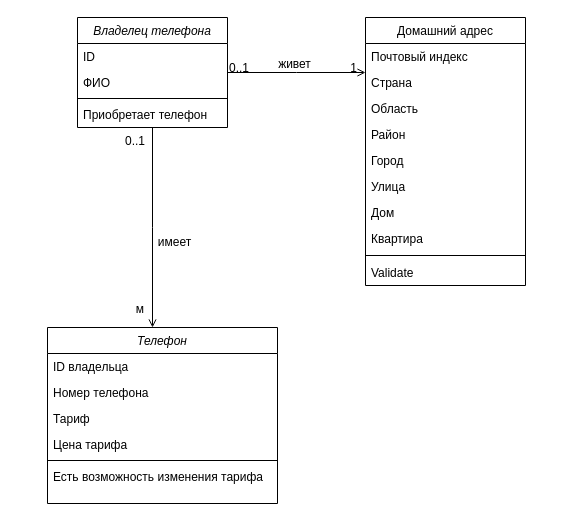
fpmi-tp2023/labrabota4gr14a-artyomshpakovski keeps this draw.io diagram as Class Diagram.drawio. Above is the earlier version. Source tidied: cells renumbered, new cells numbered last; positions are measured from the earlier drawing's top-left corner, leaving out a move shared by most shapes. Both pictures are drawn from the tidied source at 100%, with x=0, y=0 at pixel (47, 17).
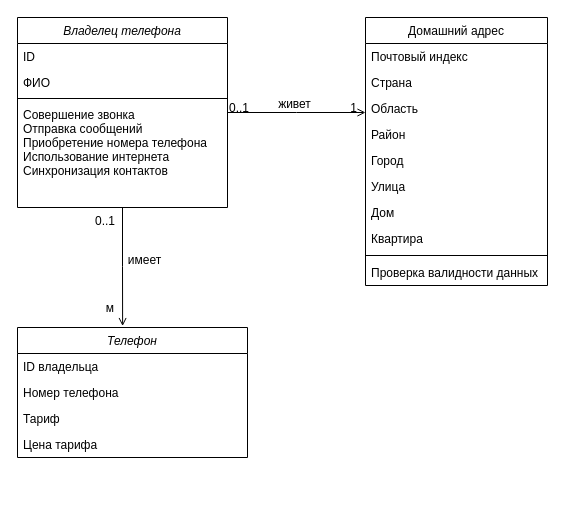
The same diagram, later.

Diff of the diagram source:
```diff
@@
     <mxCell id="2" value="Владелец телефона" style="swimlane;fontStyle=2;align=center;verticalAlign=top;horizontal=1;startSize=26;rounded=0;shadow=0;strokeWidth=1;" parent="1" vertex="1">
-      <mxGeometry x="30" width="150" height="110" as="geometry" />
+      <mxGeometry x="-30" width="210" height="190" as="geometry" />
     </mxCell>
     <mxCell id="3" value="ID" style="text;align=left;verticalAlign=top;spacingLeft=4;spacingRight=4;overflow=hidden;rounded=0;shadow=0;html=0;" parent="2" vertex="1">
-      <mxGeometry y="26" width="150" height="26" as="geometry" />
+      <mxGeometry y="26" width="210" height="26" as="geometry" />
     </mxCell>
     <mxCell id="4" value="ФИО" style="text;align=left;verticalAlign=top;spacingLeft=4;spacingRight=4;overflow=hidden;" parent="2" vertex="1">
-      <mxGeometry y="52" width="150" height="26" as="geometry" />
+      <mxGeometry y="52" width="210" height="26" as="geometry" />
     </mxCell>
     <mxCell id="5" style="line;html=1;strokeWidth=1;align=left;verticalAlign=middle;spacingTop=-1;spacingLeft=3;spacingRight=3;labelPosition=right;" parent="2" vertex="1">
-      <mxGeometry y="78" width="150" height="6" as="geometry" />
+      <mxGeometry y="78" width="210" height="6" as="geometry" />
     </mxCell>
-    <mxCell id="6" value="Приобретает телефон&#10;" style="text;align=left;verticalAlign=top;spacingLeft=4;spacingRight=4;overflow=hidden;" parent="2" vertex="1">
-      <mxGeometry y="84" width="150" height="18" as="geometry" />
-    </mxCell>
+    <mxCell id="33" value="Совершение звонка&#10;Отправка сообщений&#10;Приобретение номера телефона&#10;Использование интернета&#10;Синхронизация контактов&#10;" style="text;align=left;verticalAlign=top;spacingLeft=4;spacingRight=4;overflow=hidden;points=[[0,0.5],[1,0.5]];portConstraint=eastwest;" parent="2" vertex="1">
+      <mxGeometry y="84" width="210" height="106" as="geometry" />
+    </mxCell>
     <mxCell id="7" value="Домашний адрес" style="swimlane;fontStyle=0;align=center;verticalAlign=top;horizontal=1;startSize=26;rounded=0;shadow=0;strokeWidth=1;" parent="1" vertex="1">
-      <mxGeometry x="318" width="160" height="268" as="geometry" />
+      <mxGeometry x="318" width="182" height="268" as="geometry" />
     </mxCell>
     <mxCell id="8" value="Почтовый индекс" style="text;align=left;verticalAlign=top;spacingLeft=4;spacingRight=4;overflow=hidden;rounded=0;shadow=0;html=0;" parent="7" vertex="1">
-      <mxGeometry y="26" width="160" height="26" as="geometry" />
+      <mxGeometry y="26" width="182" height="26" as="geometry" />
     </mxCell>
     <mxCell id="9" value="Страна" style="text;align=left;verticalAlign=top;spacingLeft=4;spacingRight=4;overflow=hidden;rounded=0;shadow=0;html=0;" parent="7" vertex="1">
-      <mxGeometry y="52" width="160" height="26" as="geometry" />
+      <mxGeometry y="52" width="182" height="26" as="geometry" />
     </mxCell>
     <mxCell id="10" value="Область" style="text;align=left;verticalAlign=top;spacingLeft=4;spacingRight=4;overflow=hidden;rounded=0;shadow=0;html=0;" parent="7" vertex="1">
-      <mxGeometry y="78" width="160" height="26" as="geometry" />
+      <mxGeometry y="78" width="182" height="26" as="geometry" />
     </mxCell>
     <mxCell id="11" value="Район" style="text;align=left;verticalAlign=top;spacingLeft=4;spacingRight=4;overflow=hidden;rounded=0;shadow=0;html=0;" parent="7" vertex="1">
-      <mxGeometry y="104" width="160" height="26" as="geometry" />
+      <mxGeometry y="104" width="182" height="26" as="geometry" />
     </mxCell>
     <mxCell id="12" value="Город" style="text;align=left;verticalAlign=top;spacingLeft=4;spacingRight=4;overflow=hidden;rounded=0;shadow=0;html=0;" parent="7" vertex="1">
-      <mxGeometry y="130" width="160" height="26" as="geometry" />
+      <mxGeometry y="130" width="182" height="26" as="geometry" />
     </mxCell>
     <mxCell id="13" value="Улица" style="text;align=left;verticalAlign=top;spacingLeft=4;spacingRight=4;overflow=hidden;rounded=0;shadow=0;html=0;" parent="7" vertex="1">
-      <mxGeometry y="156" width="160" height="26" as="geometry" />
+      <mxGeometry y="156" width="182" height="26" as="geometry" />
     </mxCell>
     <mxCell id="14" value="Дом&#10;" style="text;align=left;verticalAlign=top;spacingLeft=4;spacingRight=4;overflow=hidden;rounded=0;shadow=0;html=0;" parent="7" vertex="1">
-      <mxGeometry y="182" width="160" height="26" as="geometry" />
+      <mxGeometry y="182" width="182" height="26" as="geometry" />
     </mxCell>
     <mxCell id="15" value="Квартира" style="text;align=left;verticalAlign=top;spacingLeft=4;spacingRight=4;overflow=hidden;" parent="7" vertex="1">
-      <mxGeometry y="208" width="160" height="26" as="geometry" />
+      <mxGeometry y="208" width="182" height="26" as="geometry" />
     </mxCell>
     <mxCell id="16" style="line;html=1;strokeWidth=1;align=left;verticalAlign=middle;spacingTop=-1;spacingLeft=3;spacingRight=3;labelPosition=right;" parent="7" vertex="1">
-      <mxGeometry y="234" width="160" height="8" as="geometry" />
+      <mxGeometry y="234" width="182" height="8" as="geometry" />
     </mxCell>
-    <mxCell id="17" value="Validate" style="text;align=left;verticalAlign=top;spacingLeft=4;spacingRight=4;overflow=hidden;" parent="7" vertex="1">
-      <mxGeometry y="242" width="160" height="26" as="geometry" />
+    <mxCell id="17" value="Проверка валидности данных&#10;" style="text;align=left;verticalAlign=top;spacingLeft=4;spacingRight=4;overflow=hidden;" parent="7" vertex="1">
+      <mxGeometry y="242" width="182" height="26" as="geometry" />
     </mxCell>
@@
-    <mxCell id="22" style="endArrow=open;shadow=0;strokeWidth=1;rounded=0;endFill=1;edgeStyle=elbowEdgeStyle;elbow=vertical;exitX=0.5;exitY=1;exitDx=0;exitDy=0;" parent="1" edge="1" source="2">
+    <mxCell id="22" style="endArrow=open;shadow=0;strokeWidth=1;rounded=0;endFill=1;edgeStyle=elbowEdgeStyle;elbow=vertical;exitX=0.5;exitY=1;exitDx=0;exitDy=0;entryX=0.457;entryY=-0.011;entryDx=0;entryDy=0;entryPerimeter=0;exitPerimeter=0;" parent="1" edge="1" source="33" target="26">
       <mxGeometry x="0.5" y="41" relative="1" as="geometry">
-        <mxPoint x="105" y="310" as="targetPoint" />
         <mxPoint x="-40" y="32" as="offset" />
       </mxGeometry>
     </mxCell>
@@
     <mxCell id="26" value="Телефон" style="swimlane;fontStyle=2;align=center;verticalAlign=top;horizontal=1;startSize=26;rounded=0;shadow=0;strokeWidth=1;" parent="1" vertex="1">
-      <mxGeometry y="310" width="230" height="176" as="geometry" />
+      <mxGeometry x="-30" y="310" width="230" height="130" as="geometry" />
     </mxCell>
@@
-    <mxCell id="31" style="line;html=1;strokeWidth=1;align=left;verticalAlign=middle;spacingTop=-1;spacingLeft=3;spacingRight=3;labelPosition=right;" parent="26" vertex="1">
-      <mxGeometry y="130" width="230" height="6" as="geometry" />
-    </mxCell>
-    <mxCell id="32" value="Есть возможность изменения тарифа&#10;" style="text;align=left;verticalAlign=top;spacingLeft=4;spacingRight=4;overflow=hidden;" parent="26" vertex="1">
-      <mxGeometry y="136" width="230" height="40" as="geometry" />
-    </mxCell>
```
